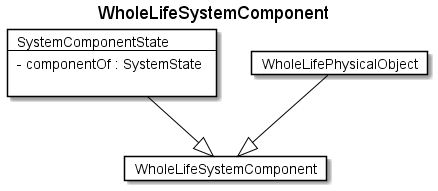
Above: fragments/diagrams/WholeLifeSystemComponent.png in rtigran/rdf2adoc (PlantUML), before the change. Source of this version:
```plantuml
@startuml
Title WholeLifeSystemComponent

Card WholeLifeSystemComponent #fff [
WholeLifeSystemComponent
]
Card SystemComponentState #fff [
SystemComponentState
----
- componentOf : SystemState

]
SystemComponentState --|> WholeLifeSystemComponent  #000
Card WholeLifePhysicalObject #fff [
WholeLifePhysicalObject
]
WholeLifePhysicalObject --|> WholeLifeSystemComponent  #000
@enduml
```
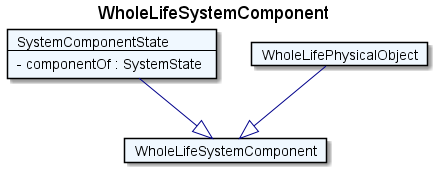
Later version of the same file.

Change to the diagram source:
```diff
@@ -1,18 +1,17 @@
 @startuml
 Title WholeLifeSystemComponent
 
-Card WholeLifeSystemComponent #fff [
+Card WholeLifeSystemComponent #F0F8FF [
 WholeLifeSystemComponent
 ]
-Card SystemComponentState #fff [
+Card SystemComponentState #F0F8FF [
 SystemComponentState
 ----
 - componentOf : SystemState
-
 ]
-SystemComponentState --|> WholeLifeSystemComponent  #000
-Card WholeLifePhysicalObject #fff [
+SystemComponentState --|> WholeLifeSystemComponent  #00008B
+Card WholeLifePhysicalObject #F0F8FF [
 WholeLifePhysicalObject
 ]
-WholeLifePhysicalObject --|> WholeLifeSystemComponent  #000
+WholeLifePhysicalObject --|> WholeLifeSystemComponent  #00008B
 @enduml
```
